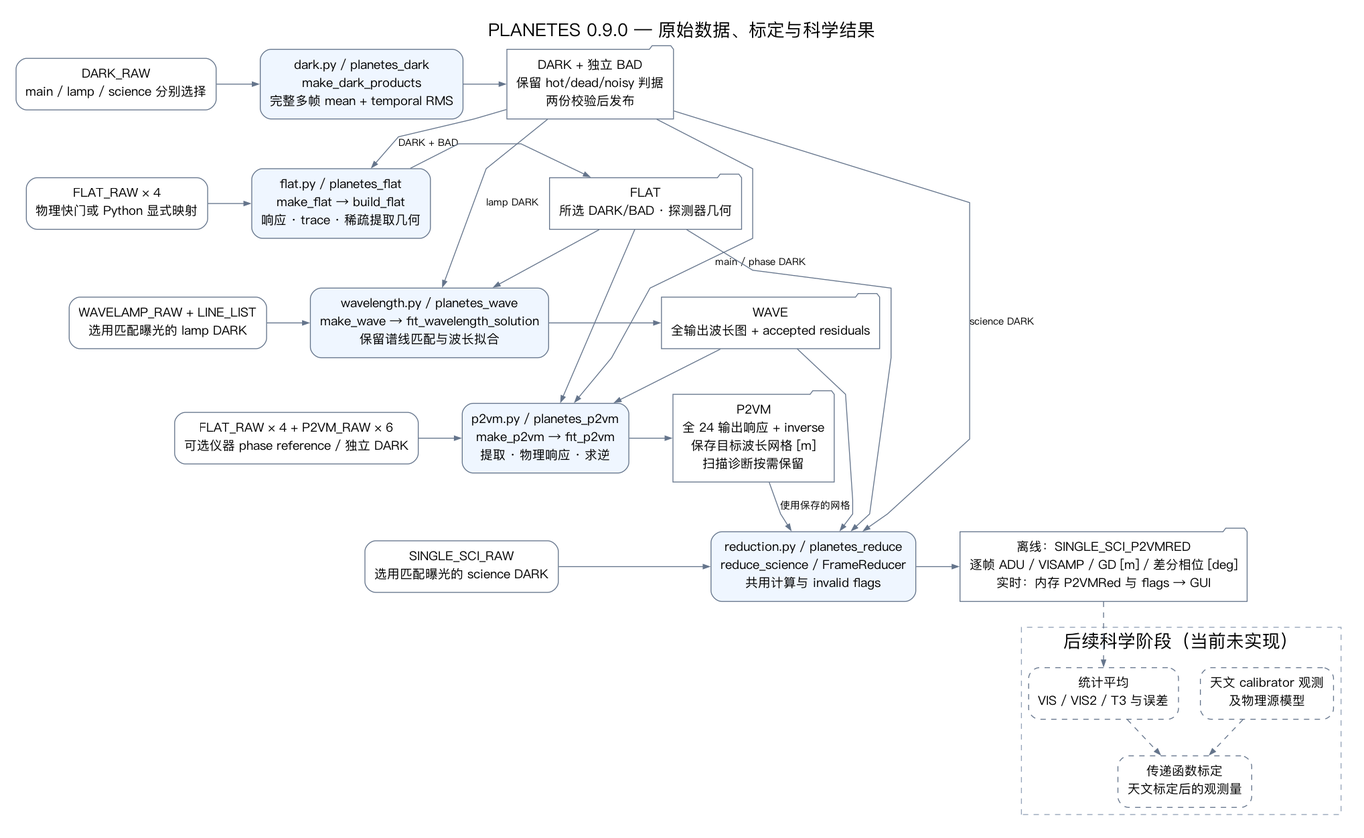
Earlier version of the Graphviz export docs/dataflow.png (zexwu/planetes_pipe). Its source is kept beside it as docs/dataflow.dot.
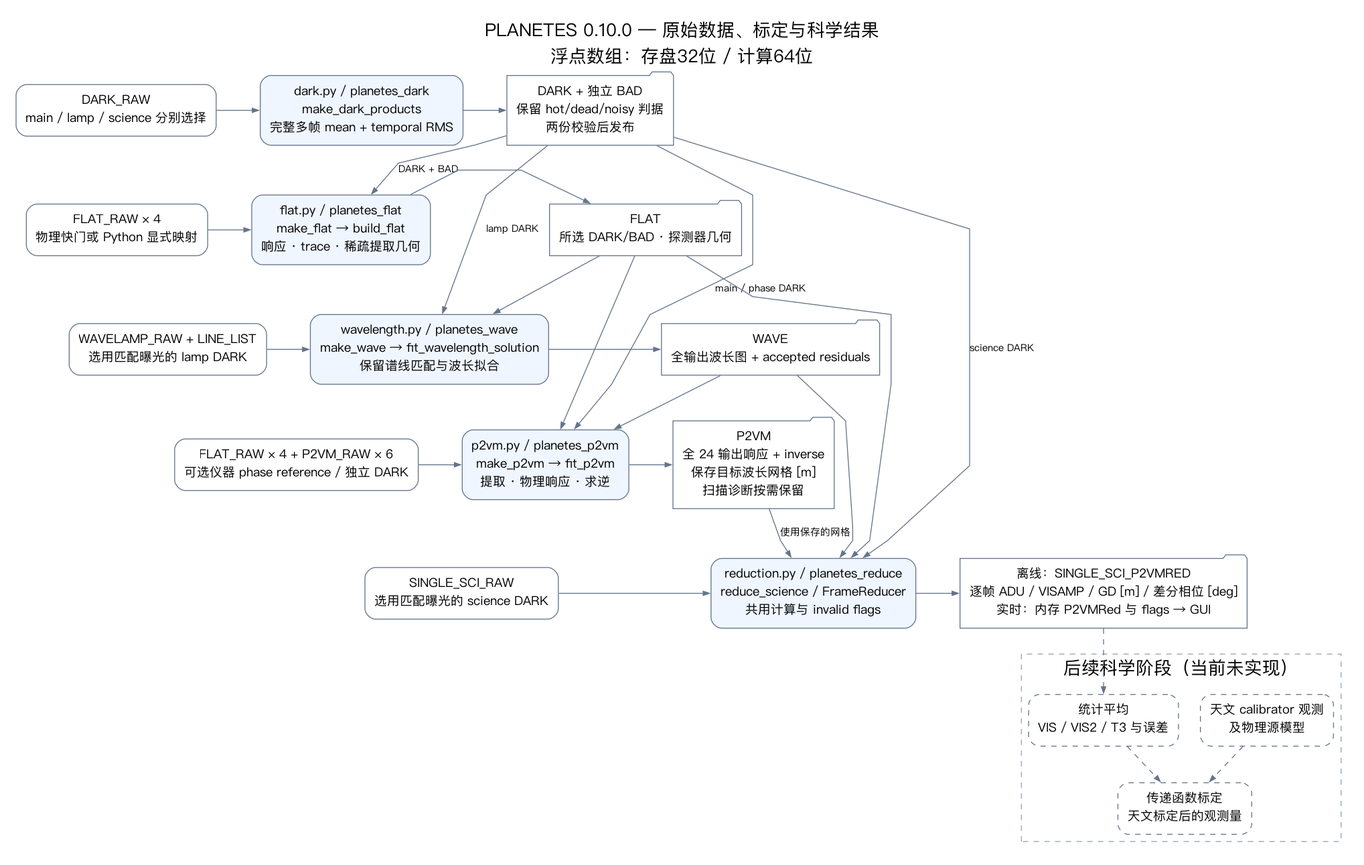
The same diagram one commit later.

Change to the diagram source:
```diff
@@ -1,5 +1,5 @@
 digraph Dataflow {
-  graph [rankdir=TB, bgcolor="white", pad=0.25, nodesep=0.35, ranksep=0.55, splines=polyline, fontname="PingFang SC", fontsize=20, label="PLANETES 0.9.0 — 原始数据、标定与科学结果", labelloc=t];
+  graph [rankdir=TB, bgcolor="white", pad=0.25, nodesep=0.35, ranksep=0.55, splines=polyline, fontname="PingFang SC", fontsize=20, label="PLANETES 0.10.0 — 原始数据、标定与科学结果\n浮点数组：存盘32位 / 计算64位", labelloc=t];
   node [shape=box, style="rounded", fontname="PingFang SC", fontsize=14, color="#64748b", margin="0.15,0.12"];
   edge [fontname="PingFang SC", fontsize=11, color="#64748b", arrowsize=0.7];
   rawdark [label="DARK_RAW\nmain / lamp / science 分别选择"];
```
